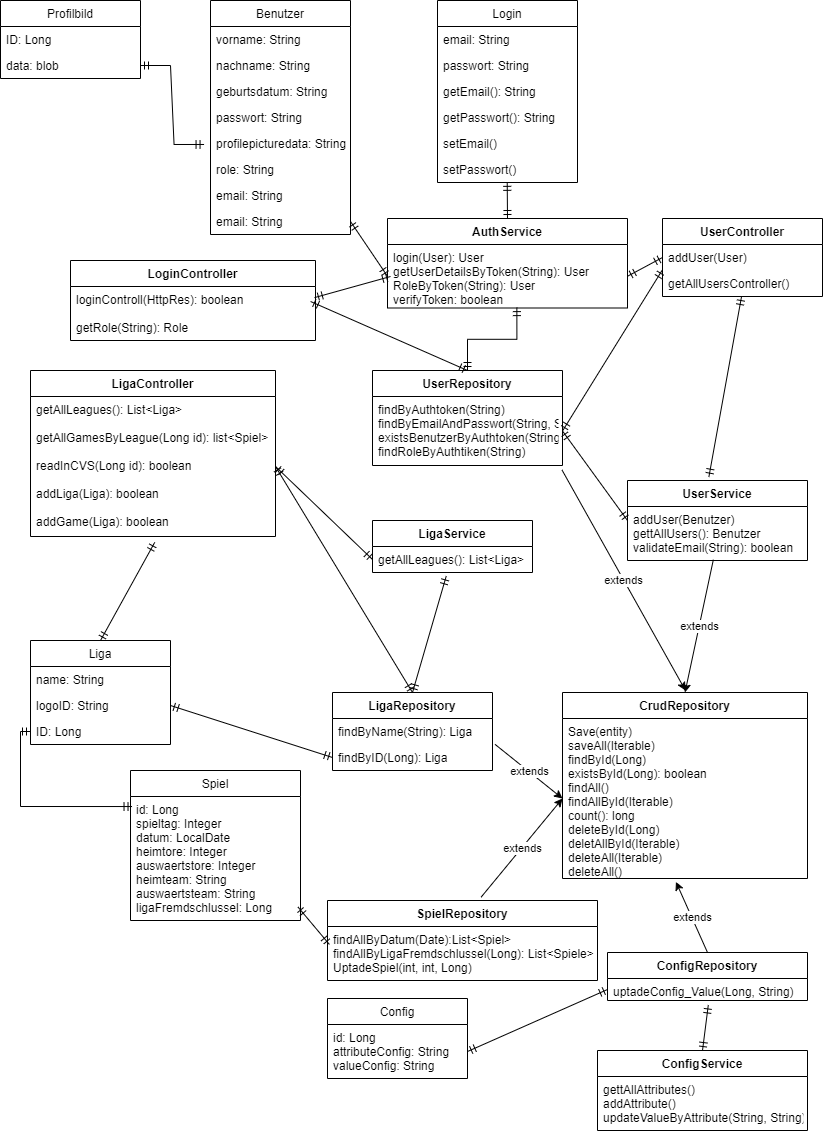
Before: V3/Klassendiagramm Backeend.png, a diagram exported from draw.io (alexgrebe/Kicktipp_project). Source tidied: cells renumbered, new cells last; positions are measured from the earlier drawing's top-left corner, leaving out a move shared by most shapes.
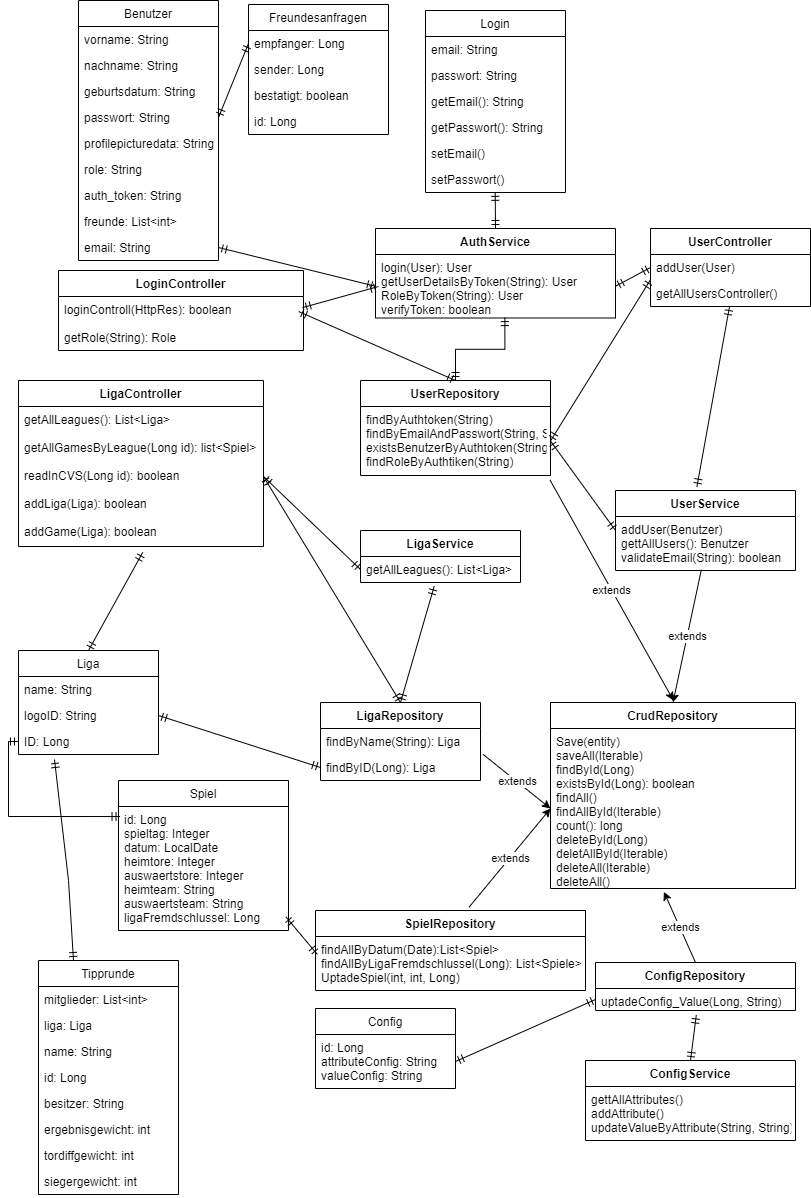
The same file after the commit.

Change to the diagram source:
```diff
@@ -3,7 +3,7 @@
     <mxCell id="0" />
     <mxCell id="1" parent="0" />
     <mxCell id="2" value="Benutzer" style="swimlane;fontStyle=0;horizontal=1;startSize=26;fillColor=none;" parent="1" vertex="1">
-      <mxGeometry x="210" width="140" height="234" as="geometry" />
+      <mxGeometry x="90" y="-10" width="140" height="260" as="geometry" />
     </mxCell>
     <mxCell id="3" value="vorname: String" style="text;strokeColor=none;fillColor=none;align=left;verticalAlign=top;spacingLeft=4;spacingRight=4;overflow=hidden;" parent="2" vertex="1">
       <mxGeometry y="26" width="140" height="26" as="geometry" />
@@ -23,21 +23,15 @@
     <mxCell id="8" value="role: String" style="text;strokeColor=none;fillColor=none;align=left;verticalAlign=top;spacingLeft=4;spacingRight=4;overflow=hidden;" parent="2" vertex="1">
       <mxGeometry y="156" width="140" height="26" as="geometry" />
     </mxCell>
+    <mxCell id="84" value="auth_token: String" style="text;strokeColor=none;fillColor=none;align=left;verticalAlign=top;spacingLeft=4;spacingRight=4;overflow=hidden;" parent="2" vertex="1">
+      <mxGeometry y="182" width="140" height="26" as="geometry" />
+    </mxCell>
-    <mxCell id="9" value="email: String" style="text;strokeColor=none;fillColor=none;align=left;verticalAlign=top;spacingLeft=4;spacingRight=4;overflow=hidden;" parent="2" vertex="1">
-      <mxGeometry y="182" width="140" height="26" as="geometry" />
+    <mxCell id="9" value="freunde: List&lt;int&gt;" style="text;strokeColor=none;fillColor=none;align=left;verticalAlign=top;spacingLeft=4;spacingRight=4;overflow=hidden;" parent="2" vertex="1">
+      <mxGeometry y="208" width="140" height="26" as="geometry" />
     </mxCell>
     <mxCell id="10" value="email: String" style="text;strokeColor=none;fillColor=none;align=left;verticalAlign=top;spacingLeft=4;spacingRight=4;overflow=hidden;points=[[0,0.5],[1,0.5]];portConstraint=eastwest;" parent="2" vertex="1">
-      <mxGeometry y="208" width="140" height="26" as="geometry" />
+      <mxGeometry y="234" width="140" height="26" as="geometry" />
     </mxCell>
-    <mxCell id="11" value="Profilbild" style="swimlane;fontStyle=0;horizontal=1;startSize=26;fillColor=none;" parent="1" vertex="1">
-      <mxGeometry width="140" height="78" as="geometry" />
-    </mxCell>
-    <mxCell id="12" value="ID: Long" style="text;strokeColor=none;fillColor=none;align=left;verticalAlign=top;spacingLeft=4;spacingRight=4;overflow=hidden;" parent="11" vertex="1">
-      <mxGeometry y="26" width="140" height="26" as="geometry" />
-    </mxCell>
-    <mxCell id="13" value="data: blob" style="text;strokeColor=none;fillColor=none;align=left;verticalAlign=top;spacingLeft=4;spacingRight=4;overflow=hidden;points=[[0,0.5],[1,0.5]];portConstraint=eastwest;" parent="11" vertex="1">
-      <mxGeometry y="52" width="140" height="26" as="geometry" />
-    </mxCell>
     <mxCell id="14" value="UserRepository" style="swimlane;fontStyle=1;align=center;verticalAlign=top;horizontal=1;startSize=26;" parent="1" vertex="1">
       <mxGeometry x="372" y="370" width="190" height="95" as="geometry" />
     </mxCell>
@@ -193,9 +187,6 @@
     <mxCell id="64" value="loginControll(HttpRes): boolean&#10;&#10;getRole(String): Role&#10;" style="text;strokeColor=none;fillColor=none;align=left;verticalAlign=top;spacingLeft=4;spacingRight=4;overflow=hidden;points=[[0,0.5],[1,0.5]];portConstraint=eastwest;" parent="63" vertex="1">
       <mxGeometry y="26" width="245" height="54" as="geometry" />
     </mxCell>
-    <mxCell id="65" style="edgeStyle=entityRelationEdgeStyle;fontSize=12;html=1;endArrow=ERmandOne;startArrow=ERmandOne;rounded=0;exitX=1;exitY=0.5;exitDx=0;exitDy=0;entryX=-0.046;entryY=0.538;entryDx=0;entryDy=0;entryPerimeter=0;" parent="1" edge="1" source="13" target="7">
-      <mxGeometry relative="1" as="geometry" />
-    </mxCell>
     <mxCell id="66" style="edgeStyle=orthogonalEdgeStyle;fontSize=12;html=1;endArrow=ERmandOne;startArrow=ERmandOne;rounded=0;entryX=0.539;entryY=0.994;entryDx=0;entryDy=0;entryPerimeter=0;exitX=0.5;exitY=0;exitDx=0;exitDy=0;" parent="1" edge="1" source="14" target="31">
       <mxGeometry relative="1" as="geometry" />
     </mxCell>
@@ -252,5 +243,57 @@
     <mxCell id="83" style="fontSize=12;html=1;endArrow=ERmandOne;startArrow=ERmandOne;rounded=0;entryX=0.98;entryY=0.278;entryDx=0;entryDy=0;entryPerimeter=0;exitX=0.5;exitY=0;exitDx=0;exitDy=0;" parent="1" edge="1" source="14" target="64">
       <mxGeometry relative="1" as="geometry" />
     </mxCell>
+    <mxCell id="85" value="Freundesanfragen" style="swimlane;fontStyle=0;horizontal=1;startSize=26;fillColor=none;" parent="1" vertex="1">
+      <mxGeometry x="260" y="-6" width="140" height="130" as="geometry" />
+    </mxCell>
+    <mxCell id="86" value="empfanger: Long" style="text;strokeColor=none;fillColor=none;align=left;verticalAlign=top;spacingLeft=4;spacingRight=4;overflow=hidden;points=[[0,0.5],[1,0.5]];portConstraint=eastwest;" parent="85" vertex="1">
+      <mxGeometry y="26" width="140" height="26" as="geometry" />
+    </mxCell>
+    <mxCell id="87" value="sender: Long" style="text;strokeColor=none;fillColor=none;align=left;verticalAlign=top;spacingLeft=4;spacingRight=4;overflow=hidden;" parent="85" vertex="1">
+      <mxGeometry y="52" width="140" height="26" as="geometry" />
+    </mxCell>
+    <mxCell id="88" value="bestatigt: boolean" style="text;strokeColor=none;fillColor=none;align=left;verticalAlign=top;spacingLeft=4;spacingRight=4;overflow=hidden;" parent="85" vertex="1">
+      <mxGeometry y="78" width="140" height="26" as="geometry" />
+    </mxCell>
+    <mxCell id="89" value="id: Long" style="text;strokeColor=none;fillColor=none;align=left;verticalAlign=top;spacingLeft=4;spacingRight=4;overflow=hidden;" parent="85" vertex="1">
+      <mxGeometry y="104" width="140" height="26" as="geometry" />
+    </mxCell>
+    <mxCell id="90" style="fontSize=12;html=1;endArrow=ERmandOne;startArrow=ERmandOne;rounded=0;entryX=1;entryY=0.5;entryDx=0;entryDy=0;exitX=0;exitY=0.5;exitDx=0;exitDy=0;" parent="1" edge="1" source="86" target="6">
+      <mxGeometry relative="1" as="geometry" />
+    </mxCell>
+    <mxCell id="91" value="Tipprunde" style="swimlane;fontStyle=0;horizontal=1;startSize=26;fillColor=none;" parent="1" vertex="1">
+      <mxGeometry x="50" y="950" width="140" height="234" as="geometry" />
+    </mxCell>
+    <mxCell id="92" value="mitglieder: List&lt;int&gt;" style="text;strokeColor=none;fillColor=none;align=left;verticalAlign=top;spacingLeft=4;spacingRight=4;overflow=hidden;" parent="91" vertex="1">
+      <mxGeometry y="26" width="140" height="26" as="geometry" />
+    </mxCell>
+    <mxCell id="93" value="liga: Liga" style="text;strokeColor=none;fillColor=none;align=left;verticalAlign=top;spacingLeft=4;spacingRight=4;overflow=hidden;" parent="91" vertex="1">
+      <mxGeometry y="52" width="140" height="26" as="geometry" />
+    </mxCell>
+    <mxCell id="94" value="name: String" style="text;strokeColor=none;fillColor=none;align=left;verticalAlign=top;spacingLeft=4;spacingRight=4;overflow=hidden;" parent="91" vertex="1">
+      <mxGeometry y="78" width="140" height="26" as="geometry" />
+    </mxCell>
+    <mxCell id="95" value="id: Long" style="text;strokeColor=none;fillColor=none;align=left;verticalAlign=top;spacingLeft=4;spacingRight=4;overflow=hidden;" parent="91" vertex="1">
+      <mxGeometry y="104" width="140" height="26" as="geometry" />
+    </mxCell>
+    <mxCell id="96" value="besitzer: String" style="text;strokeColor=none;fillColor=none;align=left;verticalAlign=top;spacingLeft=4;spacingRight=4;overflow=hidden;" parent="91" vertex="1">
+      <mxGeometry y="130" width="140" height="26" as="geometry" />
+    </mxCell>
+    <mxCell id="97" value="ergebnisgewicht: int" style="text;strokeColor=none;fillColor=none;align=left;verticalAlign=top;spacingLeft=4;spacingRight=4;overflow=hidden;" parent="91" vertex="1">
+      <mxGeometry y="156" width="140" height="26" as="geometry" />
+    </mxCell>
+    <mxCell id="98" value="tordiffgewicht: int" style="text;strokeColor=none;fillColor=none;align=left;verticalAlign=top;spacingLeft=4;spacingRight=4;overflow=hidden;" parent="91" vertex="1">
+      <mxGeometry y="182" width="140" height="26" as="geometry" />
+    </mxCell>
+    <mxCell id="99" value="siegergewicht: int" style="text;strokeColor=none;fillColor=none;align=left;verticalAlign=top;spacingLeft=4;spacingRight=4;overflow=hidden;" parent="91" vertex="1">
+      <mxGeometry y="208" width="140" height="26" as="geometry" />
+    </mxCell>
+    <mxCell id="100" style="fontSize=12;html=1;endArrow=ERmandOne;startArrow=ERmandOne;rounded=0;entryX=0.257;entryY=1.192;entryDx=0;entryDy=0;entryPerimeter=0;exitX=0.25;exitY=0;exitDx=0;exitDy=0;" parent="1" edge="1" source="91" target="19">
+      <mxGeometry relative="1" as="geometry">
+        <Array as="points">
+          <mxPoint x="80" y="870" />
+        </Array>
+      </mxGeometry>
+    </mxCell>
   </root>
 </mxGraphModel>
```
